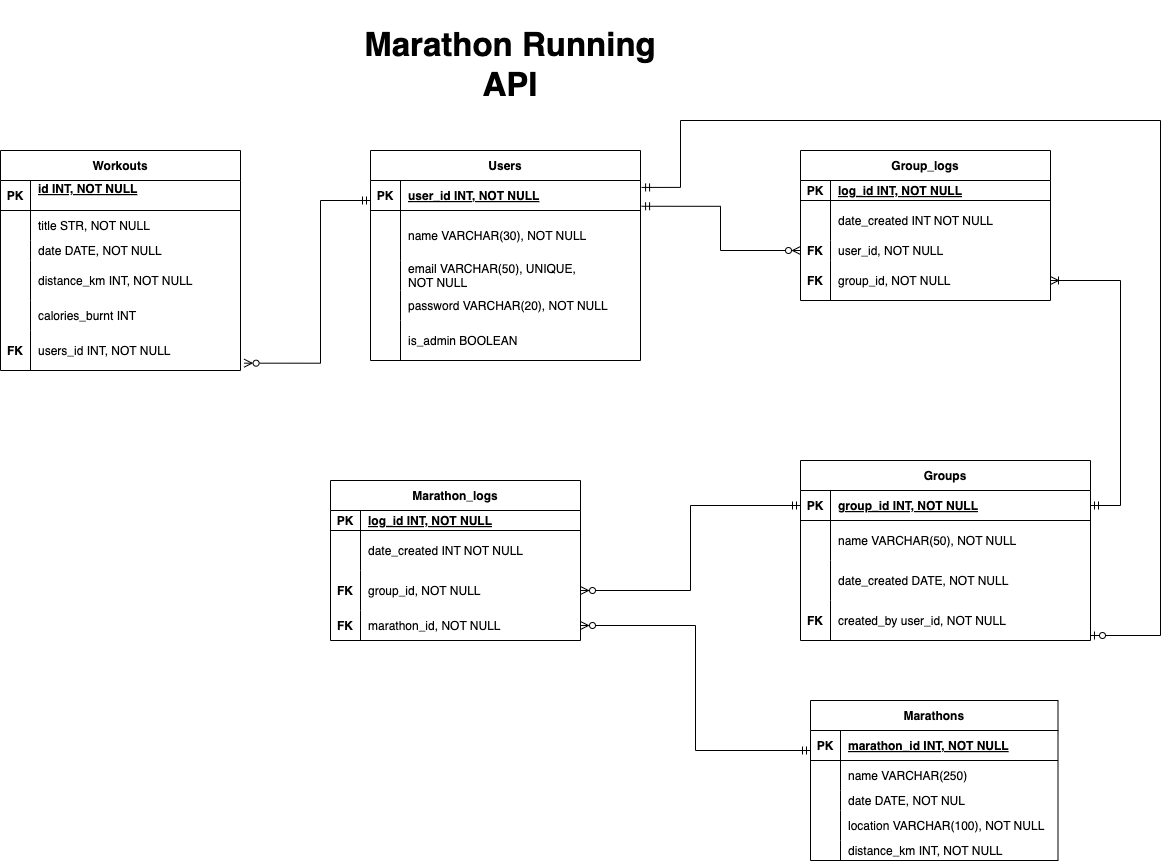
The draw.io diagram docs/Marathon_API.drawio.png in Jessicavazm/JessicaVaz_T2A2, before a commit. Source tidied: cells renumbered, new cells last; positions are measured from the earlier drawing's top-left corner, leaving out a move shared by most shapes.
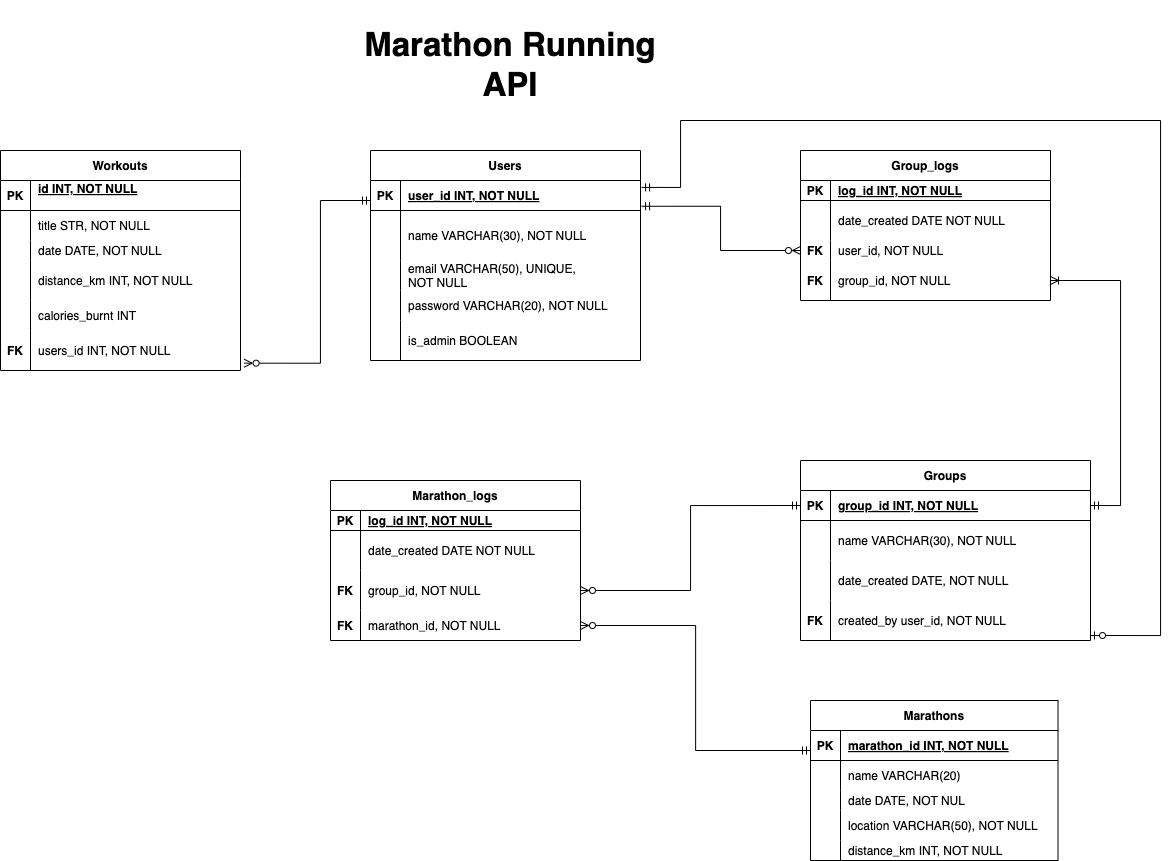
After the commit.

Change to the diagram source:
```diff
@@ -77,7 +77,7 @@
     <mxCell id="26" style="shape=partialRectangle;overflow=hidden;fillColor=none;top=0;left=0;bottom=0;right=0;" parent="25" vertex="1">
       <mxGeometry width="30" height="40" as="geometry" />
     </mxCell>
-    <mxCell id="27" value="name VARCHAR(50), NOT NULL" style="shape=partialRectangle;overflow=hidden;fillColor=none;top=0;left=0;bottom=0;right=0;align=left;spacingLeft=6;" parent="25" vertex="1">
+    <mxCell id="27" value="name VARCHAR(30), NOT NULL" style="shape=partialRectangle;overflow=hidden;fillColor=none;top=0;left=0;bottom=0;right=0;align=left;spacingLeft=6;" parent="25" vertex="1">
       <mxGeometry x="30" width="260" height="40" as="geometry" />
     </mxCell>
     <mxCell id="28" style="shape=partialRectangle;fillColor=none;top=0;left=0;right=0;bottom=0;" parent="21" vertex="1">
@@ -164,7 +164,7 @@
     <mxCell id="55" style="shape=partialRectangle;overflow=hidden;fillColor=none;top=0;left=0;bottom=0;right=0;fontStyle=1;" parent="54" vertex="1">
       <mxGeometry width="30" height="40" as="geometry" />
     </mxCell>
-    <mxCell id="56" value="date_created INT NOT NULL" style="shape=partialRectangle;overflow=hidden;fillColor=none;top=0;left=0;bottom=0;right=0;align=left;spacingLeft=6;" parent="54" vertex="1">
+    <mxCell id="56" value="date_created DATE NOT NULL" style="shape=partialRectangle;overflow=hidden;fillColor=none;top=0;left=0;bottom=0;right=0;align=left;spacingLeft=6;" parent="54" vertex="1">
       <mxGeometry x="30" width="220" height="40" as="geometry" />
     </mxCell>
     <mxCell id="57" style="shape=partialRectangle;fillColor=none;points=[[0,0.5],[1,0.5]];portConstraint=eastwest;top=0;left=0;right=0;bottom=0;" parent="50" vertex="1">
@@ -206,7 +206,7 @@
     <mxCell id="69" style="shape=partialRectangle;overflow=hidden;fillColor=none;top=0;left=0;bottom=0;right=0;" parent="68" vertex="1">
       <mxGeometry width="30" height="30" as="geometry" />
     </mxCell>
-    <mxCell id="70" value="name VARCHAR(250)" style="shape=partialRectangle;overflow=hidden;fillColor=none;top=0;left=0;bottom=0;right=0;align=left;spacingLeft=6;" parent="68" vertex="1">
+    <mxCell id="70" value="name VARCHAR(20)" style="shape=partialRectangle;overflow=hidden;fillColor=none;top=0;left=0;bottom=0;right=0;align=left;spacingLeft=6;" parent="68" vertex="1">
       <mxGeometry x="30" width="217.5" height="30" as="geometry" />
     </mxCell>
     <mxCell id="71" style="shape=partialRectangle;fillColor=none;top=0;left=0;right=0;bottom=0;" parent="64" vertex="1">
@@ -224,7 +224,7 @@
     <mxCell id="75" style="shape=partialRectangle;overflow=hidden;fillColor=none;top=0;left=0;bottom=0;right=0;" parent="74" vertex="1">
       <mxGeometry width="30" height="30" as="geometry" />
     </mxCell>
-    <mxCell id="76" value="location VARCHAR(100), NOT NULL" style="shape=partialRectangle;overflow=hidden;fillColor=none;top=0;left=0;bottom=0;right=0;align=left;spacingLeft=6;" parent="74" vertex="1">
+    <mxCell id="76" value="location VARCHAR(50), NOT NULL" style="shape=partialRectangle;overflow=hidden;fillColor=none;top=0;left=0;bottom=0;right=0;align=left;spacingLeft=6;" parent="74" vertex="1">
       <mxGeometry x="30" width="217.5" height="30" as="geometry" />
     </mxCell>
     <mxCell id="77" style="shape=partialRectangle;fillColor=none;top=0;left=0;right=0;bottom=0;" parent="64" vertex="1">
@@ -274,7 +274,7 @@
     <mxCell id="89" style="shape=partialRectangle;overflow=hidden;fillColor=none;top=0;left=0;bottom=0;right=0;fontStyle=1;" parent="88" vertex="1">
       <mxGeometry width="30" height="40" as="geometry" />
     </mxCell>
-    <mxCell id="90" value="date_created INT NOT NULL" style="shape=partialRectangle;overflow=hidden;fillColor=none;top=0;left=0;bottom=0;right=0;align=left;spacingLeft=6;" parent="88" vertex="1">
+    <mxCell id="90" value="date_created DATE NOT NULL" style="shape=partialRectangle;overflow=hidden;fillColor=none;top=0;left=0;bottom=0;right=0;align=left;spacingLeft=6;" parent="88" vertex="1">
       <mxGeometry x="30" width="220" height="40" as="geometry" />
     </mxCell>
     <mxCell id="91" style="shape=partialRectangle;fillColor=none;points=[[0,0.5],[1,0.5]];portConstraint=eastwest;top=0;left=0;right=0;bottom=0;" parent="84" vertex="1">
```
